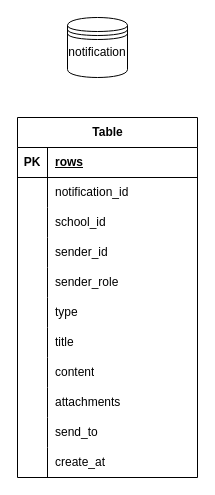
This is page "notification" (3 of 5) of design.drawio from AbdEl2hadi/edomanage, a draw.io file, before an edit. Source tidied: cells renumbered, new cells numbered last; positions are measured from the earlier drawing's top-left corner, leaving out a move shared by most shapes. Both pictures are drawn from the tidied source at 100%, with x=0, y=0 at pixel (17, 17).
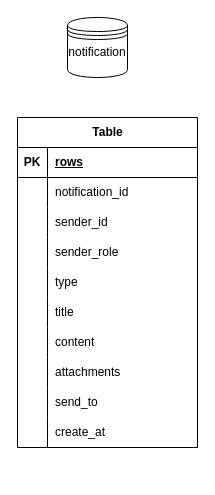
The same diagram, later.

Change to the diagram source:
```diff
@@
     <mxCell id="4" value="Table" style="shape=table;startSize=30;childLayout=tableLayout;rowLines=0;fontStyle=1;align=center;html=1;" parent="1" vertex="1">
-      <mxGeometry y="100" width="180" height="360" as="geometry" />
+      <mxGeometry y="100" width="180" height="330" as="geometry" />
     </mxCell>
@@
-    <mxCell id="11" style="shape=tableRow;horizontal=0;startSize=0;swimlaneHead=0;swimlaneBody=0;fillColor=none;top=0;left=0;right=0;bottom=0;" parent="4" vertex="1">
-      <mxGeometry y="90" width="180" height="30" as="geometry" />
-    </mxCell>
-    <mxCell id="12" style="shape=partialRectangle;fillColor=none;top=0;left=0;bottom=0;right=0;overflow=hidden;whiteSpace=wrap;html=1;" parent="11" vertex="1">
-      <mxGeometry width="30" height="30" as="geometry" />
-    </mxCell>
-    <mxCell id="13" value="school_id" style="shape=partialRectangle;fillColor=none;top=0;left=0;bottom=0;right=0;align=left;spacingLeft=6;overflow=hidden;whiteSpace=wrap;html=1;" parent="11" vertex="1">
-      <mxGeometry x="30" width="150" height="30" as="geometry" />
-    </mxCell>
     <mxCell id="14" style="shape=tableRow;horizontal=0;startSize=0;swimlaneHead=0;swimlaneBody=0;fillColor=none;top=0;left=0;right=0;bottom=0;" parent="4" vertex="1">
-      <mxGeometry y="120" width="180" height="30" as="geometry" />
+      <mxGeometry y="90" width="180" height="30" as="geometry" />
     </mxCell>
@@
     <mxCell id="17" style="shape=tableRow;horizontal=0;startSize=0;swimlaneHead=0;swimlaneBody=0;fillColor=none;top=0;left=0;right=0;bottom=0;" parent="4" vertex="1">
-      <mxGeometry y="150" width="180" height="30" as="geometry" />
+      <mxGeometry y="120" width="180" height="30" as="geometry" />
     </mxCell>
@@
     <mxCell id="20" style="shape=tableRow;horizontal=0;startSize=0;swimlaneHead=0;swimlaneBody=0;fillColor=none;top=0;left=0;right=0;bottom=0;" parent="4" vertex="1">
-      <mxGeometry y="180" width="180" height="30" as="geometry" />
+      <mxGeometry y="150" width="180" height="30" as="geometry" />
     </mxCell>
@@
     <mxCell id="23" style="shape=tableRow;horizontal=0;startSize=0;swimlaneHead=0;swimlaneBody=0;fillColor=none;top=0;left=0;right=0;bottom=0;" parent="4" vertex="1">
-      <mxGeometry y="210" width="180" height="30" as="geometry" />
+      <mxGeometry y="180" width="180" height="30" as="geometry" />
     </mxCell>
@@
     <mxCell id="26" style="shape=tableRow;horizontal=0;startSize=0;swimlaneHead=0;swimlaneBody=0;fillColor=none;top=0;left=0;right=0;bottom=0;" parent="4" vertex="1">
-      <mxGeometry y="240" width="180" height="30" as="geometry" />
+      <mxGeometry y="210" width="180" height="30" as="geometry" />
     </mxCell>
@@
     <mxCell id="29" style="shape=tableRow;horizontal=0;startSize=0;swimlaneHead=0;swimlaneBody=0;fillColor=none;top=0;left=0;right=0;bottom=0;" parent="4" vertex="1">
-      <mxGeometry y="270" width="180" height="30" as="geometry" />
+      <mxGeometry y="240" width="180" height="30" as="geometry" />
     </mxCell>
@@
     <mxCell id="32" style="shape=tableRow;horizontal=0;startSize=0;swimlaneHead=0;swimlaneBody=0;fillColor=none;top=0;left=0;right=0;bottom=0;" parent="4" vertex="1">
-      <mxGeometry y="300" width="180" height="30" as="geometry" />
+      <mxGeometry y="270" width="180" height="30" as="geometry" />
     </mxCell>
@@
     <mxCell id="35" style="shape=tableRow;horizontal=0;startSize=0;swimlaneHead=0;swimlaneBody=0;fillColor=none;top=0;left=0;right=0;bottom=0;" parent="4" vertex="1">
-      <mxGeometry y="330" width="180" height="30" as="geometry" />
+      <mxGeometry y="300" width="180" height="30" as="geometry" />
     </mxCell>
```
